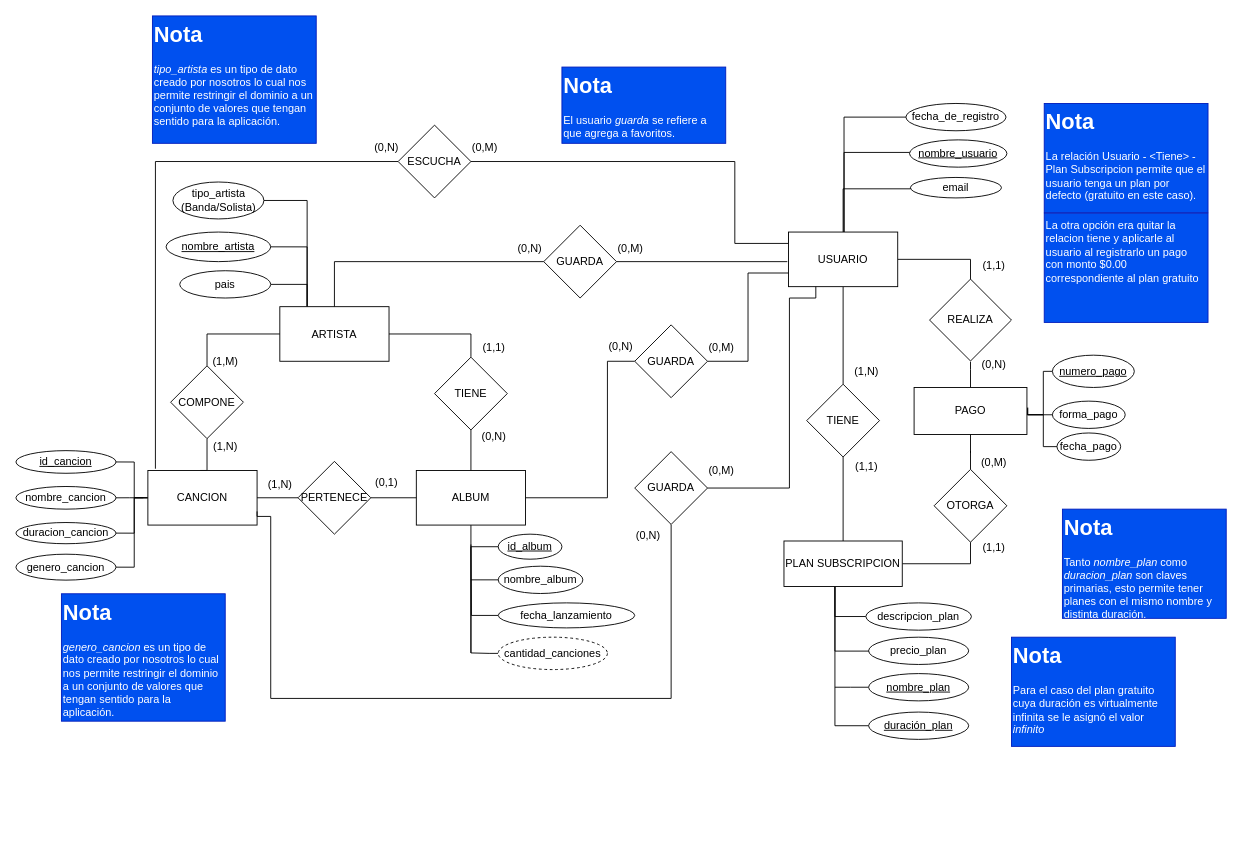
Above: TP_Musica.drawio in NachoSco/TP_BDD (draw.io), before the change. Source tidied: cells renumbered, new cells numbered last; positions are measured from the earlier drawing's top-left corner, leaving out a move shared by most shapes. Both pictures are drawn from the tidied source at 91%, with x=0, y=0 at pixel (15, 15).
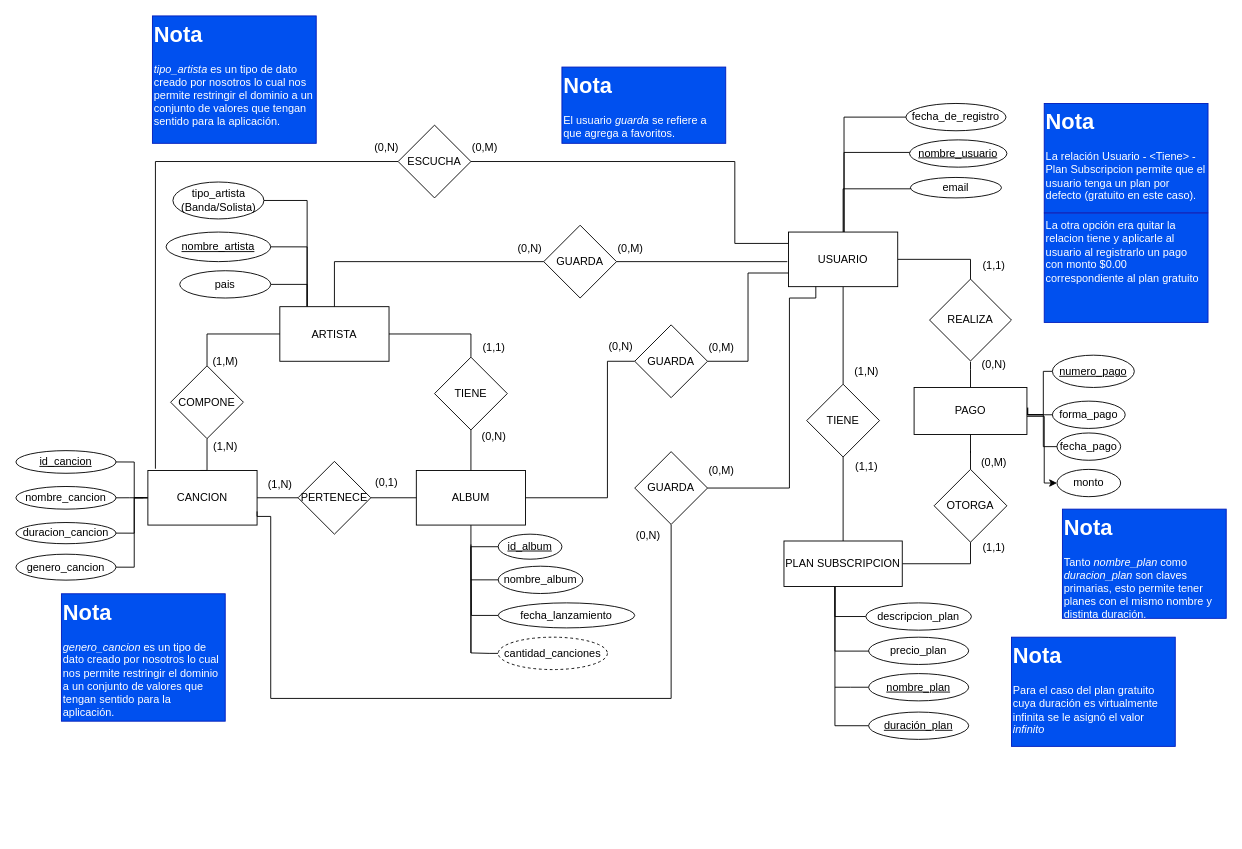
The same page after the edit.

Commit message:
Agregado atributo 'monto' a entidad Pago'

Unchanged cells that the change refers to:
```xml
<mxCell id="21" value="PAGO" style="rounded=0;whiteSpace=wrap;html=1;" parent="1" vertex="1">
  <mxGeometry x="987" y="408.3" width="124" height="51.7" as="geometry" />
</mxCell>
```

The edit, as a diff of the source:
```diff
@@
+    <mxCell id="109" style="edgeStyle=orthogonalEdgeStyle;rounded=0;jettySize=auto;html=1;entryX=0;entryY=0.5;entryDx=0;entryDy=0;" parent="1" edge="1" source="21" target="110">
+      <mxGeometry relative="1" as="geometry">
+        <Array as="points">
+          <mxPoint x="1130" y="440" />
+          <mxPoint x="1130" y="513" />
+        </Array>
+      </mxGeometry>
+    </mxCell>
@@
+    <mxCell id="110" value="monto" style="ellipse;whiteSpace=wrap;html=1;" parent="1" vertex="1">
+      <mxGeometry x="1144" y="498.3" width="70" height="30" as="geometry" />
+    </mxCell>
```
